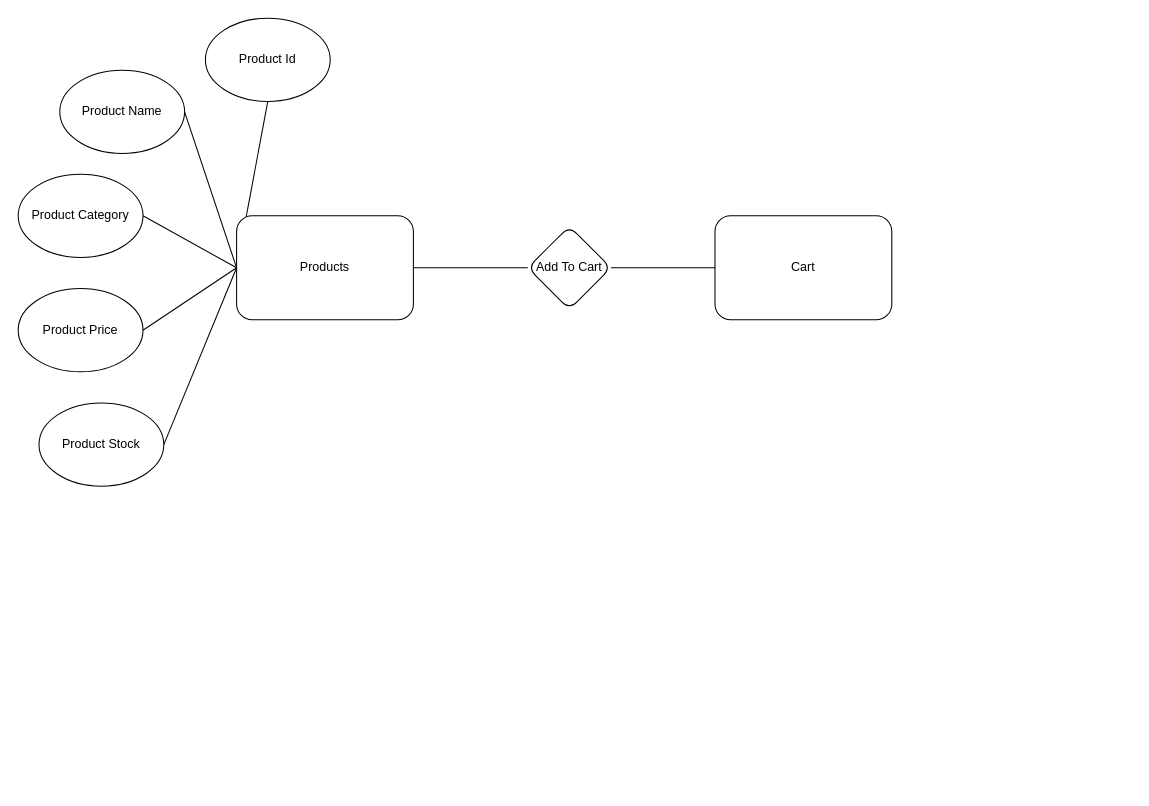
The draw.io diagram MiniProject.drawio in RamadhanRzq/MiniProject-B, before the edit. Source tidied: cells renumbered, new cells numbered last; positions are measured from the earlier drawing's top-left corner, leaving out a move shared by most shapes. Both pictures are drawn from the tidied source at 104%, with x=0, y=0 at pixel (18, 18).
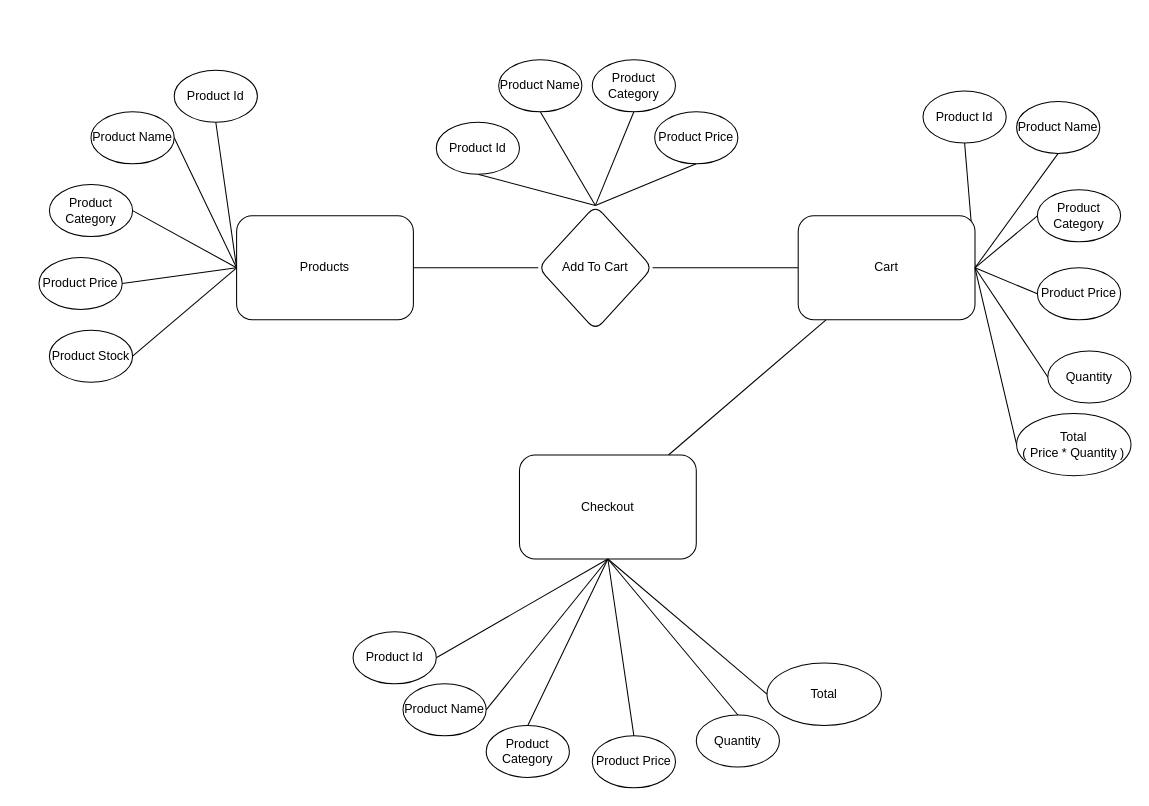
Above is the later version.

Change to the diagram source:
```diff
@@
     <mxCell id="7" value="Product Id" style="ellipse;whiteSpace=wrap;html=1;" parent="1" vertex="1">
-      <mxGeometry x="180" width="120" height="80" as="geometry" />
+      <mxGeometry x="150" y="50" width="80" height="50" as="geometry" />
     </mxCell>
     <mxCell id="8" value="Product Name" style="ellipse;whiteSpace=wrap;html=1;" parent="1" vertex="1">
-      <mxGeometry x="40" y="50" width="120" height="80" as="geometry" />
+      <mxGeometry x="70" y="90" width="80" height="50" as="geometry" />
     </mxCell>
     <mxCell id="9" value="Product Category" style="ellipse;whiteSpace=wrap;html=1;" parent="1" vertex="1">
-      <mxGeometry y="150" width="120" height="80" as="geometry" />
+      <mxGeometry x="30" y="160" width="80" height="50" as="geometry" />
     </mxCell>
     <mxCell id="10" value="Product Price" style="ellipse;whiteSpace=wrap;html=1;" parent="1" vertex="1">
-      <mxGeometry y="260" width="120" height="80" as="geometry" />
+      <mxGeometry x="20" y="230" width="80" height="50" as="geometry" />
     </mxCell>
@@
+    <mxCell id="17" style="rounded=0;jettySize=auto;html=1;exitX=0.5;exitY=0;exitDx=0;exitDy=0;entryX=0.5;entryY=1;entryDx=0;entryDy=0;endArrow=none;endFill=0;" parent="1" edge="1" source="14" target="21">
+      <mxGeometry relative="1" as="geometry" />
+    </mxCell>
     <mxCell id="14" value="Add To Cart" style="rhombus;whiteSpace=wrap;html=1;rounded=1;" parent="1" vertex="1">
-      <mxGeometry x="490" y="200" width="80" height="80" as="geometry" />
+      <mxGeometry x="500" y="180" width="110" height="120" as="geometry" />
     </mxCell>
+    <mxCell id="18" style="rounded=0;jettySize=auto;html=1;exitX=1;exitY=0.5;exitDx=0;exitDy=0;entryX=0.5;entryY=1;entryDx=0;entryDy=0;endArrow=none;endFill=0;" parent="1" edge="1" source="15" target="28">
+      <mxGeometry relative="1" as="geometry" />
+    </mxCell>
+    <mxCell id="19" style="rounded=0;jettySize=auto;html=1;endArrow=none;endFill=0;" parent="1" edge="1" source="15" target="38">
+      <mxGeometry relative="1" as="geometry" />
+    </mxCell>
     <mxCell id="15" value="Cart" style="rounded=1;whiteSpace=wrap;html=1;" parent="1" vertex="1">
-      <mxGeometry x="670" y="190" width="170" height="100" as="geometry" />
+      <mxGeometry x="750" y="190" width="170" height="100" as="geometry" />
     </mxCell>
     <mxCell id="16" value="Product Stock" style="ellipse;whiteSpace=wrap;html=1;" parent="1" vertex="1">
-      <mxGeometry x="20" y="370" width="120" height="80" as="geometry" />
+      <mxGeometry x="30" y="300" width="80" height="50" as="geometry" />
     </mxCell>
+    <mxCell id="20" value="Product Category" style="ellipse;whiteSpace=wrap;html=1;" parent="1" vertex="1">
+      <mxGeometry x="552" y="40" width="80" height="50" as="geometry" />
+    </mxCell>
+    <mxCell id="21" value="Product Id" style="ellipse;whiteSpace=wrap;html=1;" parent="1" vertex="1">
+      <mxGeometry x="402" y="100" width="80" height="50" as="geometry" />
+    </mxCell>
+    <mxCell id="22" value="Product Price" style="ellipse;whiteSpace=wrap;html=1;" parent="1" vertex="1">
+      <mxGeometry x="612" y="90" width="80" height="50" as="geometry" />
+    </mxCell>
+    <mxCell id="23" value="Product Name" style="ellipse;whiteSpace=wrap;html=1;" parent="1" vertex="1">
+      <mxGeometry x="462" y="40" width="80" height="50" as="geometry" />
+    </mxCell>
+    <mxCell id="24" style="rounded=0;jettySize=auto;html=1;exitX=0.5;exitY=0;exitDx=0;exitDy=0;entryX=0.5;entryY=1;entryDx=0;entryDy=0;endArrow=none;endFill=0;" parent="1" edge="1" source="14" target="23">
+      <mxGeometry relative="1" as="geometry" />
+    </mxCell>
+    <mxCell id="25" style="rounded=0;jettySize=auto;html=1;exitX=0.5;exitY=0;exitDx=0;exitDy=0;entryX=0.5;entryY=1;entryDx=0;entryDy=0;endArrow=none;endFill=0;" parent="1" edge="1" source="14" target="20">
+      <mxGeometry relative="1" as="geometry" />
+    </mxCell>
+    <mxCell id="26" style="rounded=0;jettySize=auto;html=1;exitX=0.5;exitY=0;exitDx=0;exitDy=0;entryX=0.5;entryY=1;entryDx=0;entryDy=0;endArrow=none;endFill=0;" parent="1" edge="1" source="14" target="22">
+      <mxGeometry relative="1" as="geometry" />
+    </mxCell>
+    <mxCell id="27" value="Product Category" style="ellipse;whiteSpace=wrap;html=1;" parent="1" vertex="1">
+      <mxGeometry x="980" y="165" width="80" height="50" as="geometry" />
+    </mxCell>
+    <mxCell id="28" value="Product Id" style="ellipse;whiteSpace=wrap;html=1;" parent="1" vertex="1">
+      <mxGeometry x="870" y="70" width="80" height="50" as="geometry" />
+    </mxCell>
+    <mxCell id="29" value="Product Price" style="ellipse;whiteSpace=wrap;html=1;" parent="1" vertex="1">
+      <mxGeometry x="980" y="240" width="80" height="50" as="geometry" />
+    </mxCell>
+    <mxCell id="30" value="Product Name" style="ellipse;whiteSpace=wrap;html=1;" parent="1" vertex="1">
+      <mxGeometry x="960" y="80" width="80" height="50" as="geometry" />
+    </mxCell>
+    <mxCell id="31" value="Quantity" style="ellipse;whiteSpace=wrap;html=1;" parent="1" vertex="1">
+      <mxGeometry x="990" y="320" width="80" height="50" as="geometry" />
+    </mxCell>
+    <mxCell id="32" style="rounded=0;jettySize=auto;html=1;exitX=1;exitY=0.5;exitDx=0;exitDy=0;entryX=0.5;entryY=1;entryDx=0;entryDy=0;endArrow=none;endFill=0;" parent="1" edge="1" source="15" target="30">
+      <mxGeometry relative="1" as="geometry" />
+    </mxCell>
+    <mxCell id="33" style="rounded=0;jettySize=auto;html=1;exitX=1;exitY=0.5;exitDx=0;exitDy=0;entryX=0;entryY=0.5;entryDx=0;entryDy=0;endArrow=none;endFill=0;" parent="1" edge="1" source="15" target="27">
+      <mxGeometry relative="1" as="geometry" />
+    </mxCell>
+    <mxCell id="34" style="rounded=0;jettySize=auto;html=1;exitX=1;exitY=0.5;exitDx=0;exitDy=0;entryX=0;entryY=0.5;entryDx=0;entryDy=0;endArrow=none;endFill=0;" parent="1" edge="1" source="15" target="29">
+      <mxGeometry relative="1" as="geometry" />
+    </mxCell>
+    <mxCell id="35" style="rounded=0;jettySize=auto;html=1;entryX=0;entryY=0.5;entryDx=0;entryDy=0;endArrow=none;endFill=0;" parent="1" edge="1" target="31">
+      <mxGeometry relative="1" as="geometry">
+        <mxPoint x="920" y="240" as="sourcePoint" />
+      </mxGeometry>
+    </mxCell>
+    <mxCell id="36" value="Total &lt;br&gt;( Price * Quantity )" style="ellipse;whiteSpace=wrap;html=1;" parent="1" vertex="1">
+      <mxGeometry x="960" y="380" width="110" height="60" as="geometry" />
+    </mxCell>
+    <mxCell id="37" style="rounded=0;jettySize=auto;html=1;entryX=0;entryY=0.5;entryDx=0;entryDy=0;endArrow=none;endFill=0;exitX=1;exitY=0.5;exitDx=0;exitDy=0;" parent="1" edge="1" source="15" target="36">
+      <mxGeometry relative="1" as="geometry" />
+    </mxCell>
+    <mxCell id="38" value="Checkout" style="rounded=1;whiteSpace=wrap;html=1;" parent="1" vertex="1">
+      <mxGeometry x="482" y="420" width="170" height="100" as="geometry" />
+    </mxCell>
+    <mxCell id="39" style="rounded=0;jettySize=auto;html=1;exitX=0.5;exitY=1;exitDx=0;exitDy=0;entryX=1;entryY=0.5;entryDx=0;entryDy=0;endArrow=none;endFill=0;" parent="1" edge="1" source="38" target="41">
+      <mxGeometry relative="1" as="geometry" />
+    </mxCell>
+    <mxCell id="40" value="Product Category" style="ellipse;whiteSpace=wrap;html=1;" parent="1" vertex="1">
+      <mxGeometry x="450" y="680" width="80" height="50" as="geometry" />
+    </mxCell>
+    <mxCell id="41" value="Product Id" style="ellipse;whiteSpace=wrap;html=1;" parent="1" vertex="1">
+      <mxGeometry x="322" y="590" width="80" height="50" as="geometry" />
+    </mxCell>
+    <mxCell id="42" value="Product Price" style="ellipse;whiteSpace=wrap;html=1;" parent="1" vertex="1">
+      <mxGeometry x="552" y="690" width="80" height="50" as="geometry" />
+    </mxCell>
+    <mxCell id="43" value="Product Name" style="ellipse;whiteSpace=wrap;html=1;" parent="1" vertex="1">
+      <mxGeometry x="370" y="640" width="80" height="50" as="geometry" />
+    </mxCell>
+    <mxCell id="44" value="Quantity" style="ellipse;whiteSpace=wrap;html=1;" parent="1" vertex="1">
+      <mxGeometry x="652" y="670" width="80" height="50" as="geometry" />
+    </mxCell>
+    <mxCell id="45" style="rounded=0;jettySize=auto;html=1;exitX=0.5;exitY=1;exitDx=0;exitDy=0;entryX=1;entryY=0.5;entryDx=0;entryDy=0;endArrow=none;endFill=0;" parent="1" edge="1" source="38" target="43">
+      <mxGeometry relative="1" as="geometry" />
+    </mxCell>
+    <mxCell id="46" style="rounded=0;jettySize=auto;html=1;exitX=0.5;exitY=1;exitDx=0;exitDy=0;entryX=0.5;entryY=0;entryDx=0;entryDy=0;endArrow=none;endFill=0;" parent="1" edge="1" source="38" target="40">
+      <mxGeometry relative="1" as="geometry" />
+    </mxCell>
+    <mxCell id="47" style="rounded=0;jettySize=auto;html=1;exitX=0.5;exitY=1;exitDx=0;exitDy=0;entryX=0.5;entryY=0;entryDx=0;entryDy=0;endArrow=none;endFill=0;" parent="1" edge="1" source="38" target="42">
+      <mxGeometry relative="1" as="geometry" />
+    </mxCell>
+    <mxCell id="48" style="rounded=0;jettySize=auto;html=1;entryX=0.5;entryY=0;entryDx=0;entryDy=0;endArrow=none;endFill=0;exitX=0.5;exitY=1;exitDx=0;exitDy=0;" parent="1" edge="1" source="38" target="44">
+      <mxGeometry relative="1" as="geometry" />
+    </mxCell>
+    <mxCell id="49" value="Total" style="ellipse;whiteSpace=wrap;html=1;" parent="1" vertex="1">
+      <mxGeometry x="720" y="620" width="110" height="60" as="geometry" />
+    </mxCell>
+    <mxCell id="50" style="rounded=0;jettySize=auto;html=1;entryX=0;entryY=0.5;entryDx=0;entryDy=0;endArrow=none;endFill=0;exitX=0.5;exitY=1;exitDx=0;exitDy=0;" parent="1" edge="1" source="38" target="49">
+      <mxGeometry relative="1" as="geometry" />
+    </mxCell>
```
